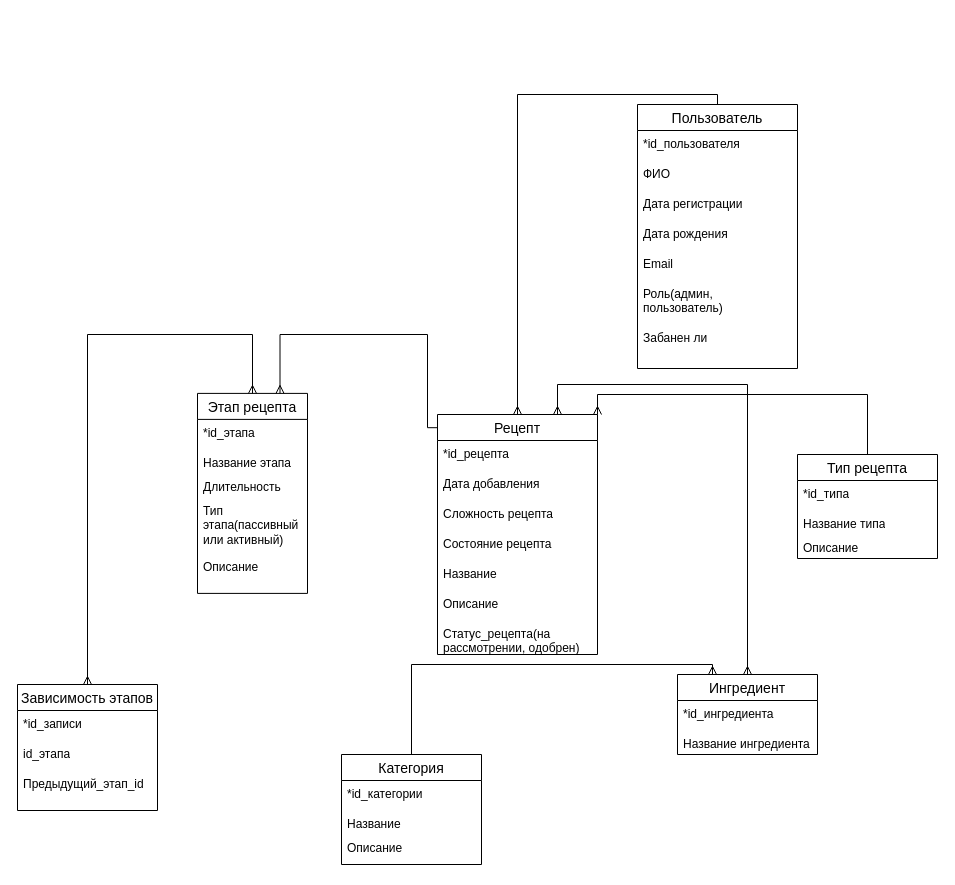
The draw.io diagram doc/erd.drawio in pestlain34/A_Graph-Based_System_for_Intelligent_Culinary_Process_Sequencing, before the edit. Source tidied: cells renumbered, new cells numbered last; positions are measured from the earlier drawing's top-left corner, leaving out a move shared by most shapes. Both pictures are drawn from the tidied source at 100%, with x=0, y=0 at pixel (17, 104).
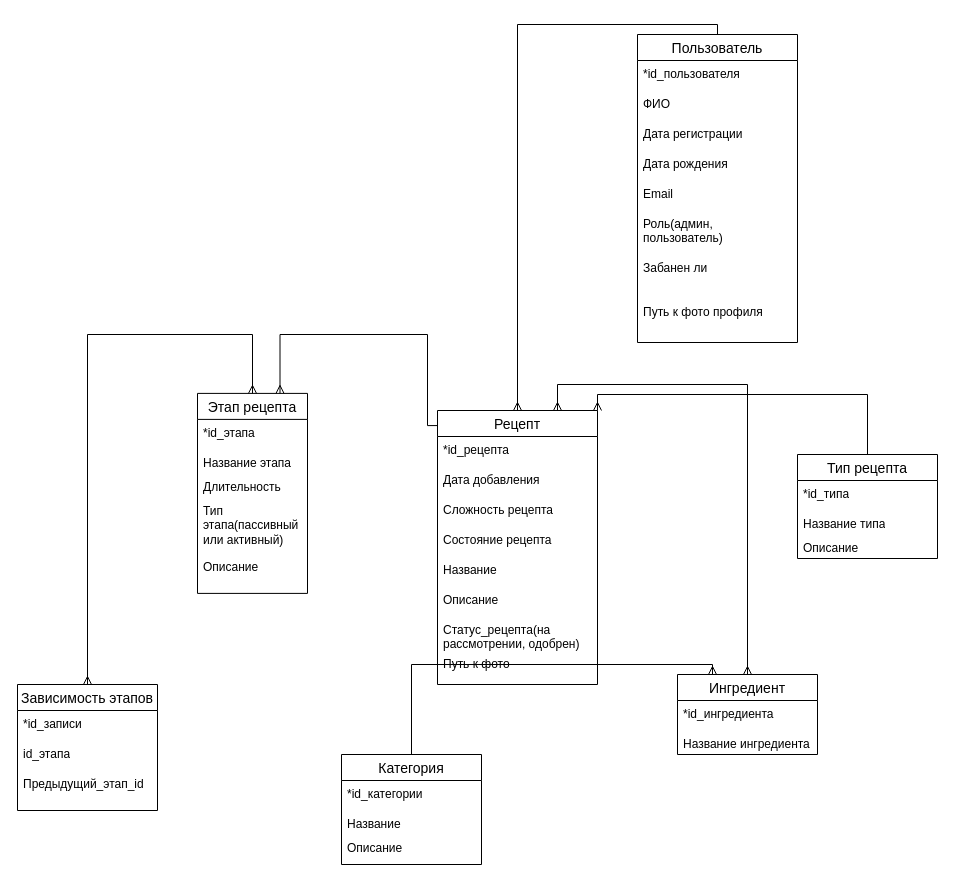
Above is the later version.

Diff of the diagram source:
```diff
@@
     <mxCell id="2" value="Пользователь" style="swimlane;fontStyle=0;horizontal=1;startSize=26;align=center;fontSize=14;" parent="1" vertex="1">
-      <mxGeometry x="620" width="160" height="264" as="geometry" />
+      <mxGeometry x="620" y="-70" width="160" height="308" as="geometry" />
     </mxCell>
@@
+    <mxCell id="45" value="Путь к фото профиля" style="text;strokeColor=none;fillColor=none;spacingLeft=4;spacingRight=4;overflow=hidden;fontSize=12;whiteSpace=wrap;html=1;" parent="2" vertex="1">
+      <mxGeometry y="264" width="160" height="44" as="geometry" />
+    </mxCell>
     <mxCell id="10" value="Рецепт" style="swimlane;fontStyle=0;horizontal=1;startSize=26;align=center;fontSize=14;" parent="1" vertex="1">
-      <mxGeometry x="420" y="310" width="160" height="240" as="geometry" />
+      <mxGeometry x="420" y="306" width="160" height="274" as="geometry" />
     </mxCell>
@@
+    <mxCell id="46" value="Путь к фото&amp;nbsp;" style="text;strokeColor=none;fillColor=none;spacingLeft=4;spacingRight=4;overflow=hidden;fontSize=12;whiteSpace=wrap;html=1;" parent="10" vertex="1">
+      <mxGeometry y="240" width="160" height="34" as="geometry" />
+    </mxCell>
```
